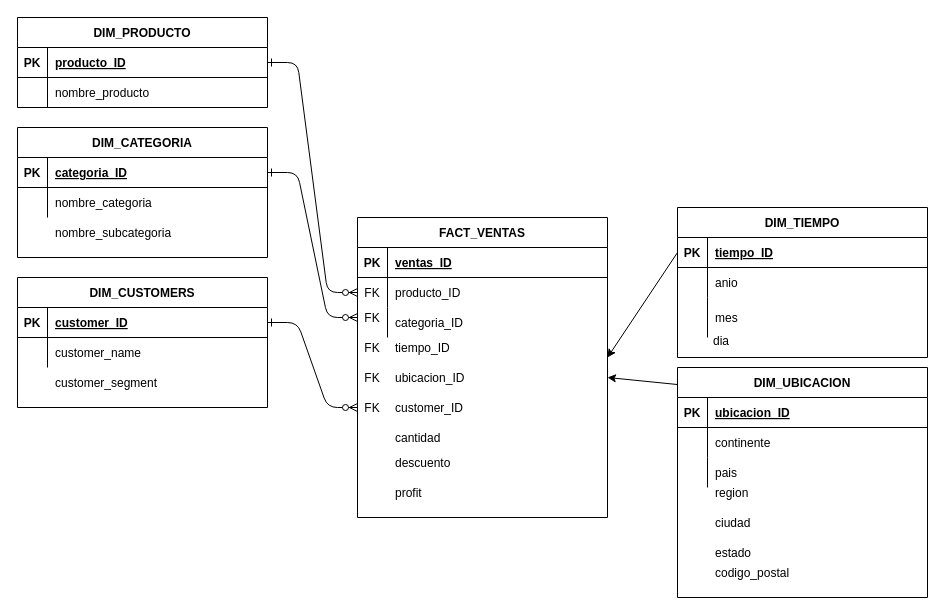
lourdesvaca/repository-algoritmica-avanzada-2023-2 keeps this draw.io diagram as BD3_ExamenParcial2.drawio. Above is the earlier version. Source tidied: cells renumbered, new cells numbered last; positions are measured from the earlier drawing's top-left corner, leaving out a move shared by most shapes. Both pictures are drawn from the tidied source at 100%, with x=0, y=0 at pixel (17, 17).
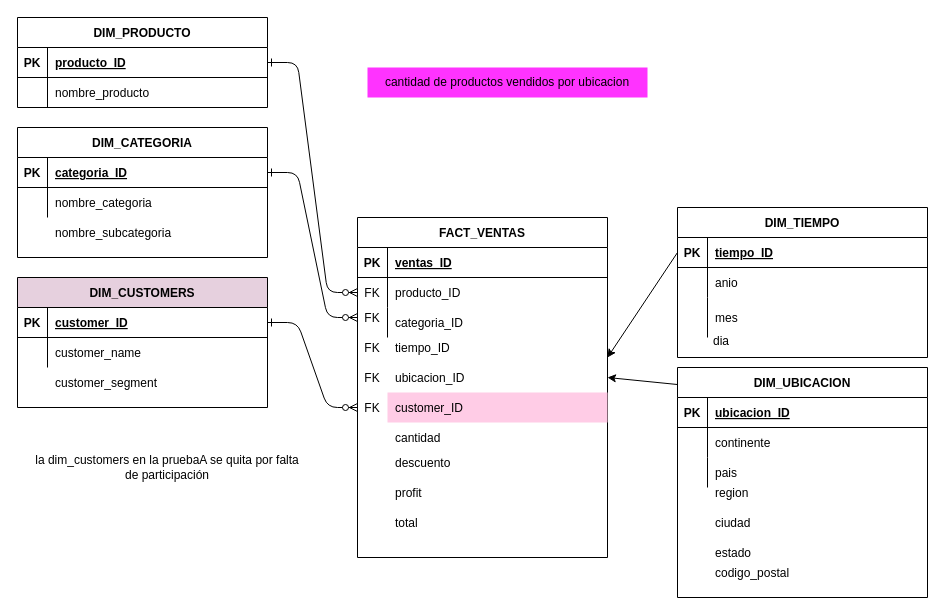
Above is the later version.

What changed in the source:
```diff
@@
-    <mxCell id="23" value="DIM_CUSTOMERS" style="shape=table;startSize=30;childLayout=tableLayout;rowLines=0;fontStyle=1;align=center;" parent="1" vertex="1">
+    <mxCell id="23" value="DIM_CUSTOMERS" style="shape=table;startSize=30;childLayout=tableLayout;rowLines=0;fontStyle=1;align=center;fillColor=#E6D0DE;" parent="1" vertex="1">
       <mxGeometry y="260" width="250" height="130" as="geometry" />
     </mxCell>
@@
     <mxCell id="32" value="FACT_VENTAS" style="shape=table;startSize=30;childLayout=tableLayout;rowLines=0;fontStyle=1;align=center;" parent="1" vertex="1">
-      <mxGeometry x="340" y="200" width="250" height="300" as="geometry" />
+      <mxGeometry x="340" y="200" width="250" height="340" as="geometry" />
     </mxCell>
@@
-    <mxCell id="67" value="customer_ID" style="shape=partialRectangle;overflow=hidden;fillColor=none;top=0;left=0;bottom=0;right=0;align=left;spacingLeft=6;" parent="1" vertex="1">
+    <mxCell id="67" value="customer_ID" style="shape=partialRectangle;overflow=hidden;fillColor=#FFCCE6;top=0;left=0;bottom=0;right=0;align=left;spacingLeft=6;strokeColor=#A680B8;" parent="1" vertex="1">
       <mxGeometry x="370" y="375" width="220" height="30" as="geometry" />
     </mxCell>
@@
+    <mxCell id="75" value="total" style="shape=partialRectangle;overflow=hidden;fillColor=none;top=0;left=0;bottom=0;right=0;align=left;spacingLeft=6;" parent="1" vertex="1">
+      <mxGeometry x="370" y="490" width="220" height="30" as="geometry" />
+    </mxCell>
+    <mxCell id="76" value="la dim_customers en la pruebaA se quita por falta de participación" style="text;html=1;strokeColor=none;fillColor=none;align=center;verticalAlign=middle;whiteSpace=wrap;rounded=0;" parent="1" vertex="1">
+      <mxGeometry x="10" y="435" width="280" height="30" as="geometry" />
+    </mxCell>
+    <mxCell id="77" value="cantidad de productos vendidos por ubicacion" style="text;html=1;strokeColor=none;fillColor=#FF33FF;align=center;verticalAlign=middle;whiteSpace=wrap;rounded=0;" parent="1" vertex="1">
+      <mxGeometry x="350" y="50" width="280" height="30" as="geometry" />
+    </mxCell>
```
